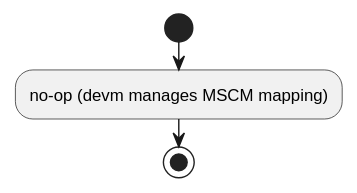
Earlier version of the PlantUML export c1_sdd_linux-ipcs/cursor_tmp/flow_svgs/linux_6_4_28_ipcsOsUnmapIntc.svg (Mastang1/sad_sdd_proj).
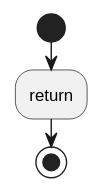
The same file after the commit.

The edit, as a diff of the source:
```diff
@@ -3,6 +3,6 @@
 skinparam conditionStyle insideDiamond
 skinparam linetype ortho
 start
-:no-op (devm manages MSCM mapping);
+:return;
 stop
 @enduml
```
